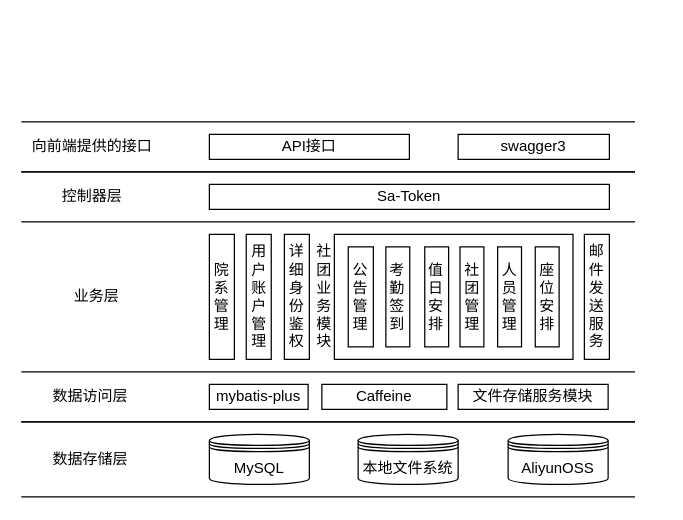
The draw.io diagram doc/出现在结课报告里的UML图/后端项目整体架构图.drawio in StudentClubDevelopmentManagementGroup/student-club-management-system-rear-end, before the edit. Source tidied: cells renumbered, new cells numbered last; positions are measured from the earlier drawing's top-left corner, leaving out a move shared by most shapes. Both pictures are drawn from the tidied source at 125%, with x=0, y=0 at pixel (21, 121).
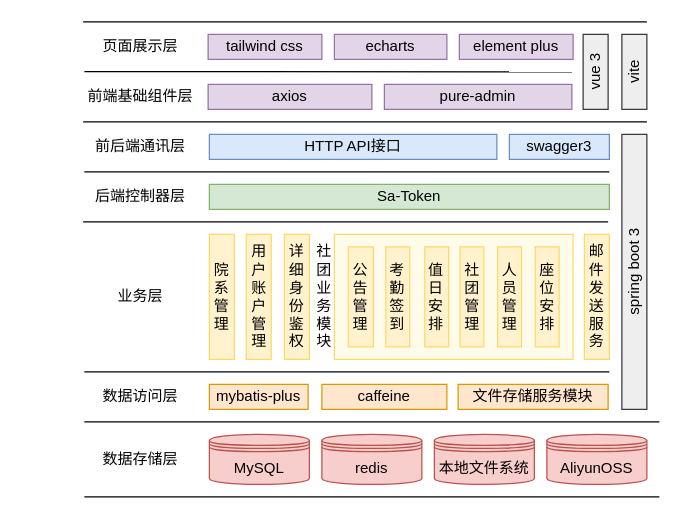
The same page after the edit.

The edit, as a diff of the source:
```diff
@@
-    <mxCell id="2" style="shape=partialRectangle;whiteSpace=wrap;html=1;left=0;right=0;fillColor=none;" parent="1" vertex="1">
-      <mxGeometry y="240" width="490" height="60" as="geometry" />
-    </mxCell>
-    <mxCell id="3" value="MySQL" style="shape=datastore;whiteSpace=wrap;html=1;" parent="1" vertex="1">
+    <mxCell id="3" value="MySQL" style="shape=datastore;whiteSpace=wrap;html=1;fillColor=#f8cecc;strokeColor=#b85450;" parent="1" vertex="1">
       <mxGeometry x="150" y="250" width="80" height="40" as="geometry" />
     </mxCell>
-    <mxCell id="4" value="&lt;font style=&quot;font-size: 12px;&quot;&gt;AliyunOSS&lt;/font&gt;" style="shape=datastore;whiteSpace=wrap;html=1;" parent="1" vertex="1">
-      <mxGeometry x="389" y="250" width="80" height="40" as="geometry" />
+    <mxCell id="4" value="&lt;font style=&quot;font-size: 12px;&quot;&gt;AliyunOSS&lt;/font&gt;" style="shape=datastore;whiteSpace=wrap;html=1;fillColor=#f8cecc;strokeColor=#b85450;" parent="1" vertex="1">
+      <mxGeometry x="420" y="250" width="80" height="40" as="geometry" />
     </mxCell>
-    <mxCell id="5" value="&lt;font style=&quot;font-size: 12px;&quot;&gt;本地文件系统&lt;/font&gt;" style="shape=datastore;whiteSpace=wrap;html=1;" parent="1" vertex="1">
-      <mxGeometry x="269" y="250" width="80" height="40" as="geometry" />
+    <mxCell id="5" value="&lt;font style=&quot;font-size: 12px;&quot;&gt;本地文件系统&lt;/font&gt;" style="shape=datastore;whiteSpace=wrap;html=1;fillColor=#f8cecc;strokeColor=#b85450;" parent="1" vertex="1">
+      <mxGeometry x="330" y="250" width="80" height="40" as="geometry" />
     </mxCell>
-    <mxCell id="6" value="文件存储服务模块" style="rounded=0;whiteSpace=wrap;html=1;" parent="1" vertex="1">
+    <mxCell id="6" value="文件存储服务模块" style="rounded=0;whiteSpace=wrap;html=1;fillColor=#ffe6cc;strokeColor=#d79b00;" parent="1" vertex="1">
       <mxGeometry x="349" y="210" width="120" height="20" as="geometry" />
     </mxCell>
-    <mxCell id="7" value="mybatis-plus" style="rounded=0;whiteSpace=wrap;html=1;" parent="1" vertex="1">
+    <mxCell id="7" value="mybatis-plus" style="rounded=0;whiteSpace=wrap;html=1;fillColor=#ffe6cc;strokeColor=#d79b00;" parent="1" vertex="1">
       <mxGeometry x="150" y="210" width="79" height="20" as="geometry" />
     </mxCell>
-    <mxCell id="8" value="Sa-Token" style="rounded=0;whiteSpace=wrap;html=1;" parent="1" vertex="1">
+    <mxCell id="8" value="Sa-Token" style="rounded=0;whiteSpace=wrap;html=1;fillColor=#d5e8d4;strokeColor=#82b366;" parent="1" vertex="1">
       <mxGeometry x="150" y="50" width="320" height="20" as="geometry" />
     </mxCell>
-    <mxCell id="9" value="Caffeine" style="rounded=0;whiteSpace=wrap;html=1;" parent="1" vertex="1">
-      <mxGeometry x="240" y="210" width="100" height="20" as="geometry" />
-    </mxCell>
+    <mxCell id="35" value="caffeine" style="rounded=0;whiteSpace=wrap;html=1;fillColor=#ffe6cc;strokeColor=#d79b00;" parent="1" vertex="1">
+      <mxGeometry x="240" y="210" width="100" height="20" as="geometry" />
+    </mxCell>
-    <mxCell id="10" value="用&lt;br&gt;户&lt;br&gt;账&lt;br&gt;户&lt;br&gt;管&lt;br&gt;理" style="rounded=0;whiteSpace=wrap;html=1;" parent="1" vertex="1">
+    <mxCell id="10" value="用&lt;br&gt;户&lt;br&gt;账&lt;br&gt;户&lt;br&gt;管&lt;br&gt;理" style="rounded=0;whiteSpace=wrap;html=1;fillColor=#fff2cc;strokeColor=#FFD966;" parent="1" vertex="1">
       <mxGeometry x="179.5" y="90" width="20" height="100" as="geometry" />
     </mxCell>
-    <mxCell id="11" value="院&lt;br&gt;系&lt;br&gt;管&lt;br&gt;理" style="rounded=0;whiteSpace=wrap;html=1;" parent="1" vertex="1">
+    <mxCell id="11" value="院&lt;br&gt;系&lt;br&gt;管&lt;br&gt;理" style="rounded=0;whiteSpace=wrap;html=1;fillColor=#fff2cc;strokeColor=#FFD966;" parent="1" vertex="1">
       <mxGeometry x="150" y="90" width="20" height="100" as="geometry" />
     </mxCell>
-    <mxCell id="12" value="API接口" style="rounded=0;whiteSpace=wrap;html=1;" parent="1" vertex="1">
-      <mxGeometry x="150" y="10" width="160" height="20" as="geometry" />
-    </mxCell>
+    <mxCell id="36" value="HTTP API接口" style="rounded=0;whiteSpace=wrap;html=1;fillColor=#dae8fc;strokeColor=#6c8ebf;" parent="1" vertex="1">
+      <mxGeometry x="150" y="10" width="230" height="20" as="geometry" />
+    </mxCell>
-    <mxCell id="13" value="swagger3" style="rounded=0;whiteSpace=wrap;html=1;" parent="1" vertex="1">
-      <mxGeometry x="349" y="10" width="121" height="20" as="geometry" />
+    <mxCell id="13" value="swagger3" style="rounded=0;whiteSpace=wrap;html=1;fillColor=#dae8fc;strokeColor=#6c8ebf;" parent="1" vertex="1">
+      <mxGeometry x="390" y="10" width="80" height="20" as="geometry" />
     </mxCell>
-    <mxCell id="14" style="group;" parent="1" vertex="1">
-      <mxGeometry width="490" height="40" as="geometry" />
-    </mxCell>
-    <mxCell id="15" style="shape=partialRectangle;whiteSpace=wrap;html=1;left=0;right=0;fillColor=none;" parent="14" vertex="1">
-      <mxGeometry width="490" height="40" as="geometry" />
-    </mxCell>
-    <mxCell id="16" value="向前端提供的接口" style="text;html=1;strokeColor=none;fillColor=none;align=center;verticalAlign=middle;whiteSpace=wrap;rounded=0;" parent="14" vertex="1">
-      <mxGeometry width="113" height="40" as="geometry" />
-    </mxCell>
-    <mxCell id="17" style="group;" parent="1" vertex="1">
-      <mxGeometry y="40" width="490" height="40" as="geometry" />
-    </mxCell>
-    <mxCell id="18" style="shape=partialRectangle;whiteSpace=wrap;html=1;left=0;right=0;fillColor=none;" parent="17" vertex="1">
-      <mxGeometry width="490" height="40" as="geometry" />
-    </mxCell>
-    <mxCell id="19" value="控制器层" style="text;html=1;strokeColor=none;fillColor=none;align=center;verticalAlign=middle;whiteSpace=wrap;rounded=0;" parent="17" vertex="1">
-      <mxGeometry width="113" height="40" as="geometry" />
-    </mxCell>
-    <mxCell id="20" style="group;" parent="1" vertex="1">
-      <mxGeometry y="200" width="490" height="40" as="geometry" />
-    </mxCell>
-    <mxCell id="21" style="shape=partialRectangle;whiteSpace=wrap;html=1;left=0;right=0;fillColor=none;" parent="20" vertex="1">
-      <mxGeometry width="490" height="40" as="geometry" />
-    </mxCell>
-    <mxCell id="22" value="数据访问层" style="text;html=1;strokeColor=none;fillColor=none;align=center;verticalAlign=middle;whiteSpace=wrap;rounded=0;" parent="20" vertex="1">
-      <mxGeometry width="110" height="40" as="geometry" />
-    </mxCell>
-    <mxCell id="23" value="详&lt;br&gt;细&lt;br&gt;身&lt;br&gt;份&lt;br&gt;鉴&lt;br&gt;权" style="rounded=0;whiteSpace=wrap;html=1;" parent="1" vertex="1">
+    <mxCell id="23" value="详&lt;br&gt;细&lt;br&gt;身&lt;br&gt;份&lt;br&gt;鉴&lt;br&gt;权" style="rounded=0;whiteSpace=wrap;html=1;fillColor=#fff2cc;strokeColor=#FFD966;" parent="1" vertex="1">
       <mxGeometry x="210" y="90" width="20" height="100" as="geometry" />
     </mxCell>
-    <mxCell id="24" value="邮&lt;br&gt;件&lt;br&gt;发&lt;br&gt;送&lt;br&gt;服&lt;br&gt;务" style="rounded=0;whiteSpace=wrap;html=1;" parent="1" vertex="1">
+    <mxCell id="24" value="邮&lt;br&gt;件&lt;br&gt;发&lt;br&gt;送&lt;br&gt;服&lt;br&gt;务" style="rounded=0;whiteSpace=wrap;html=1;fillColor=#fff2cc;strokeColor=#FFD966;" parent="1" vertex="1">
       <mxGeometry x="450" y="90" width="20" height="100" as="geometry" />
     </mxCell>
-    <mxCell id="25" value="业务层" style="text;html=1;strokeColor=none;fillColor=none;align=center;verticalAlign=middle;whiteSpace=wrap;rounded=0;" parent="1" vertex="1">
-      <mxGeometry y="80" width="120" height="120" as="geometry" />
-    </mxCell>
-    <mxCell id="26" style="group;" parent="1" vertex="1">
-      <mxGeometry x="250" y="90" width="190.9" height="100" as="geometry" />
-    </mxCell>
+    <mxCell id="37" value="spring boot 3" style="rounded=0;whiteSpace=wrap;html=1;horizontal=0;fillColor=#eeeeee;strokeColor=#36393d;" parent="1" vertex="1">
+      <mxGeometry x="480" y="10" width="20" height="220" as="geometry" />
+    </mxCell>
+    <mxCell id="38" value="vite" style="rounded=0;whiteSpace=wrap;html=1;horizontal=0;fillColor=#eeeeee;strokeColor=#36393d;" parent="1" vertex="1">
+      <mxGeometry x="480" y="-70" width="20" height="60" as="geometry" />
+    </mxCell>
+    <mxCell id="39" value="&lt;font style=&quot;font-size: 12px;&quot;&gt;redis&lt;/font&gt;" style="shape=datastore;whiteSpace=wrap;html=1;fillColor=#f8cecc;strokeColor=#b85450;" parent="1" vertex="1">
+      <mxGeometry x="240" y="250" width="80" height="40" as="geometry" />
+    </mxCell>
+    <mxCell id="40" style="endArrow=none;html=1;rounded=0;" parent="1" edge="1">
+      <mxGeometry relative="1" as="geometry">
+        <mxPoint x="50" y="300" as="sourcePoint" />
+        <mxPoint x="510" y="300" as="targetPoint" />
+      </mxGeometry>
+    </mxCell>
+    <mxCell id="41" style="endArrow=none;html=1;rounded=0;" parent="1" edge="1">
+      <mxGeometry relative="1" as="geometry">
+        <mxPoint x="50" y="240" as="sourcePoint" />
+        <mxPoint x="510" y="240" as="targetPoint" />
+      </mxGeometry>
+    </mxCell>
-    <mxCell id="27" value="社&lt;br&gt;团&lt;br&gt;业&lt;br&gt;务&lt;br&gt;模&lt;br&gt;块" style="rounded=0;whiteSpace=wrap;html=1;labelPosition=left;verticalLabelPosition=middle;align=right;verticalAlign=middle;horizontal=1;" parent="26" vertex="1">
-      <mxGeometry width="190.9" height="100" as="geometry" />
+    <mxCell id="27" value="社&lt;br&gt;团&lt;br&gt;业&lt;br&gt;务&lt;br&gt;模&lt;br&gt;块" style="rounded=0;whiteSpace=wrap;html=1;labelPosition=left;verticalLabelPosition=middle;align=right;verticalAlign=middle;horizontal=1;fillColor=#FFFBEB;strokeColor=#FFD966;" parent="1" vertex="1">
+      <mxGeometry x="250" y="90" width="190.9" height="100" as="geometry" />
     </mxCell>
-    <mxCell id="28" value="公&lt;br&gt;告&lt;br&gt;管&lt;br&gt;理" style="rounded=0;html=1;verticalAlign=middle;horizontal=1;whiteSpace=wrap;" parent="26" vertex="1">
-      <mxGeometry x="11.1" y="10" width="20.1" height="80" as="geometry" />
+    <mxCell id="28" value="公&lt;br&gt;告&lt;br&gt;管&lt;br&gt;理" style="rounded=0;html=1;verticalAlign=middle;horizontal=1;whiteSpace=wrap;fillColor=#fff2cc;strokeColor=#FFD966;" parent="1" vertex="1">
+      <mxGeometry x="261.1" y="100" width="20.1" height="80" as="geometry" />
     </mxCell>
-    <mxCell id="29" value="考&lt;br&gt;勤&lt;br&gt;签&lt;br&gt;到" style="rounded=0;html=1;verticalAlign=middle;horizontal=1;whiteSpace=wrap;" parent="26" vertex="1">
-      <mxGeometry x="41.2" y="10" width="19.1" height="80" as="geometry" />
+    <mxCell id="29" value="考&lt;br&gt;勤&lt;br&gt;签&lt;br&gt;到" style="rounded=0;html=1;verticalAlign=middle;horizontal=1;whiteSpace=wrap;fillColor=#fff2cc;strokeColor=#FFD966;" parent="1" vertex="1">
+      <mxGeometry x="291.2" y="100" width="19.1" height="80" as="geometry" />
     </mxCell>
-    <mxCell id="30" value="值&lt;br&gt;日&lt;br&gt;安&lt;br&gt;排" style="rounded=0;html=1;verticalAlign=middle;horizontal=1;whiteSpace=wrap;" parent="26" vertex="1">
-      <mxGeometry x="72.3" y="10" width="19.1" height="80" as="geometry" />
+    <mxCell id="30" value="值&lt;br&gt;日&lt;br&gt;安&lt;br&gt;排" style="rounded=0;html=1;verticalAlign=middle;horizontal=1;whiteSpace=wrap;fillColor=#fff2cc;strokeColor=#FFD966;" parent="1" vertex="1">
+      <mxGeometry x="322.3" y="100" width="19.1" height="80" as="geometry" />
     </mxCell>
-    <mxCell id="31" value="社&lt;br&gt;团&lt;br&gt;管&lt;br&gt;理" style="rounded=0;html=1;verticalAlign=middle;horizontal=1;whiteSpace=wrap;" parent="26" vertex="1">
-      <mxGeometry x="100.5" y="10" width="19.1" height="80" as="geometry" />
+    <mxCell id="31" value="社&lt;br&gt;团&lt;br&gt;管&lt;br&gt;理" style="rounded=0;html=1;verticalAlign=middle;horizontal=1;whiteSpace=wrap;fillColor=#fff2cc;strokeColor=#FFD966;" parent="1" vertex="1">
+      <mxGeometry x="350.5" y="100" width="19.1" height="80" as="geometry" />
     </mxCell>
-    <mxCell id="32" value="人&lt;br&gt;员&lt;br&gt;管&lt;br&gt;理" style="rounded=0;html=1;verticalAlign=middle;horizontal=1;whiteSpace=wrap;" parent="26" vertex="1">
-      <mxGeometry x="130.6" y="10" width="19.1" height="80" as="geometry" />
+    <mxCell id="32" value="人&lt;br&gt;员&lt;br&gt;管&lt;br&gt;理" style="rounded=0;html=1;verticalAlign=middle;horizontal=1;whiteSpace=wrap;fillColor=#fff2cc;strokeColor=#FFD966;" parent="1" vertex="1">
+      <mxGeometry x="380.6" y="100" width="19.1" height="80" as="geometry" />
     </mxCell>
-    <mxCell id="33" value="座&lt;br&gt;位&lt;br&gt;安&lt;br&gt;排" style="rounded=0;html=1;verticalAlign=middle;horizontal=1;whiteSpace=wrap;" parent="26" vertex="1">
-      <mxGeometry x="160.7" y="10" width="19.1" height="80" as="geometry" />
+    <mxCell id="33" value="座&lt;br&gt;位&lt;br&gt;安&lt;br&gt;排" style="rounded=0;html=1;verticalAlign=middle;horizontal=1;whiteSpace=wrap;fillColor=#fff2cc;strokeColor=#FFD966;" parent="1" vertex="1">
+      <mxGeometry x="410.7" y="100" width="19.1" height="80" as="geometry" />
     </mxCell>
+    <mxCell id="42" style="endArrow=none;html=1;rounded=0;" parent="1" edge="1">
+      <mxGeometry relative="1" as="geometry">
+        <mxPoint x="50" y="200" as="sourcePoint" />
+        <mxPoint x="470" y="200" as="targetPoint" />
+      </mxGeometry>
+    </mxCell>
+    <mxCell id="43" style="endArrow=none;html=1;rounded=0;" parent="1" edge="1">
+      <mxGeometry relative="1" as="geometry">
+        <mxPoint x="49" y="80" as="sourcePoint" />
+        <mxPoint x="469" y="80" as="targetPoint" />
+      </mxGeometry>
+    </mxCell>
+    <mxCell id="44" style="endArrow=none;html=1;rounded=0;" parent="1" edge="1">
+      <mxGeometry relative="1" as="geometry">
+        <mxPoint x="50" y="40" as="sourcePoint" />
+        <mxPoint x="470" y="40" as="targetPoint" />
+      </mxGeometry>
+    </mxCell>
+    <mxCell id="45" style="endArrow=none;html=1;rounded=0;" parent="1" edge="1">
+      <mxGeometry relative="1" as="geometry">
+        <mxPoint x="49" as="sourcePoint" />
+        <mxPoint x="500" as="targetPoint" />
+      </mxGeometry>
+    </mxCell>
+    <mxCell id="46" value="pure-admin" style="rounded=0;whiteSpace=wrap;html=1;fillColor=#e1d5e7;strokeColor=#9673a6;" parent="1" vertex="1">
+      <mxGeometry x="290" y="-30" width="150" height="20" as="geometry" />
+    </mxCell>
+    <mxCell id="47" value="axios" style="rounded=0;whiteSpace=wrap;html=1;fillColor=#e1d5e7;strokeColor=#9673a6;" parent="1" vertex="1">
+      <mxGeometry x="149" y="-30" width="131" height="20" as="geometry" />
+    </mxCell>
+    <mxCell id="48" value="element plus" style="rounded=0;whiteSpace=wrap;html=1;fillColor=#e1d5e7;strokeColor=#9673a6;" parent="1" vertex="1">
+      <mxGeometry x="350" y="-70" width="91" height="20" as="geometry" />
+    </mxCell>
+    <mxCell id="49" style="endArrow=none;html=1;rounded=0;" parent="1" edge="1">
+      <mxGeometry relative="1" as="geometry">
+        <mxPoint x="49" y="-80" as="sourcePoint" />
+        <mxPoint x="500" y="-80" as="targetPoint" />
+      </mxGeometry>
+    </mxCell>
+    <mxCell id="50" style="endArrow=none;html=1;rounded=0;" parent="1" edge="1">
+      <mxGeometry relative="1" as="geometry">
+        <mxPoint x="50" y="-40.3" as="sourcePoint" />
+        <mxPoint x="440" y="-40" as="targetPoint" />
+      </mxGeometry>
+    </mxCell>
+    <mxCell id="51" value="tailwind css" style="rounded=0;whiteSpace=wrap;html=1;fillColor=#e1d5e7;strokeColor=#9673a6;" parent="1" vertex="1">
+      <mxGeometry x="149" y="-70" width="91" height="20" as="geometry" />
+    </mxCell>
+    <mxCell id="52" value="echarts" style="rounded=0;whiteSpace=wrap;html=1;fillColor=#e1d5e7;strokeColor=#9673a6;" parent="1" vertex="1">
+      <mxGeometry x="250" y="-70" width="90" height="20" as="geometry" />
+    </mxCell>
+    <mxCell id="53" value="vue 3" style="rounded=0;whiteSpace=wrap;html=1;horizontal=0;fillColor=#eeeeee;strokeColor=#36393d;" parent="1" vertex="1">
+      <mxGeometry x="449" y="-70" width="20" height="60" as="geometry" />
+    </mxCell>
+    <mxCell id="54" value="页面展示层" style="text;html=1;strokeColor=none;fillColor=none;align=center;verticalAlign=middle;whiteSpace=wrap;rounded=0;" parent="1" vertex="1">
+      <mxGeometry x="50" y="-80" width="90" height="40" as="geometry" />
+    </mxCell>
     <mxCell id="34" value="数据存储层" style="text;html=1;strokeColor=none;fillColor=none;align=center;verticalAlign=middle;whiteSpace=wrap;rounded=0;" parent="1" vertex="1">
-      <mxGeometry y="240" width="110" height="60" as="geometry" />
+      <mxGeometry x="50" y="240" width="90" height="60" as="geometry" />
     </mxCell>
+    <mxCell id="22" value="数据访问层" style="text;html=1;strokeColor=none;fillColor=none;align=center;verticalAlign=middle;whiteSpace=wrap;rounded=0;" parent="1" vertex="1">
+      <mxGeometry x="50" y="200" width="90" height="40" as="geometry" />
+    </mxCell>
+    <mxCell id="25" value="业务层" style="text;html=1;strokeColor=none;fillColor=none;align=center;verticalAlign=middle;whiteSpace=wrap;rounded=0;" parent="1" vertex="1">
+      <mxGeometry x="50" y="80" width="90" height="120" as="geometry" />
+    </mxCell>
+    <mxCell id="55" value="后端控制器层" style="text;html=1;strokeColor=none;fillColor=none;align=center;verticalAlign=middle;whiteSpace=wrap;rounded=0;" parent="1" vertex="1">
+      <mxGeometry x="50" y="40" width="90" height="40" as="geometry" />
+    </mxCell>
+    <mxCell id="56" value="前后端通讯层" style="text;html=1;strokeColor=none;fillColor=none;align=center;verticalAlign=middle;whiteSpace=wrap;rounded=0;" parent="1" vertex="1">
+      <mxGeometry x="50" width="90" height="40" as="geometry" />
+    </mxCell>
+    <mxCell id="57" value="前端基础组件层" style="text;html=1;strokeColor=none;fillColor=none;align=center;verticalAlign=middle;whiteSpace=wrap;rounded=0;" parent="1" vertex="1">
+      <mxGeometry x="50" y="-40" width="90" height="40" as="geometry" />
+    </mxCell>
```
